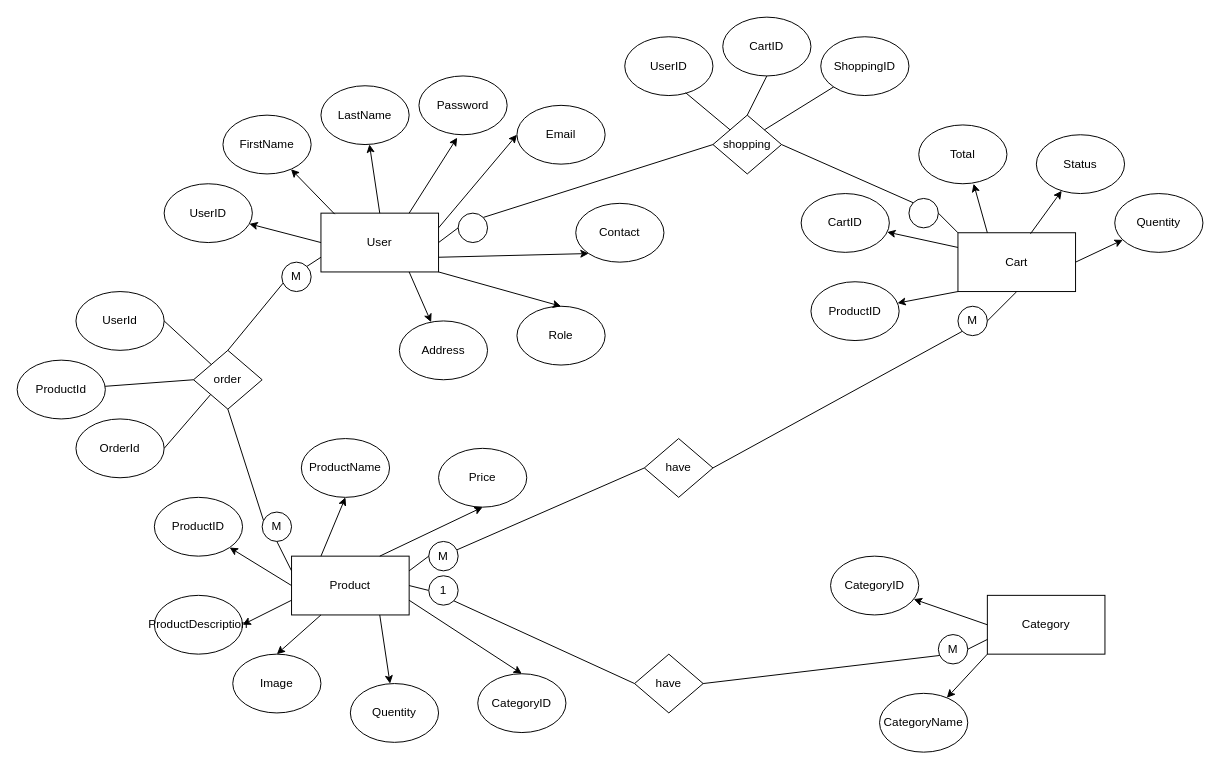
The draw.io diagram page "Page-2" (2 of 3) of Task01.drawio in buddikatdk/Task01, before the edit. Source tidied: cells renumbered, new cells numbered last; positions are measured from the earlier drawing's top-left corner, leaving out a move shared by most shapes. Both pictures are drawn from the tidied source at 98%, with x=0, y=0 at pixel (17, 17).
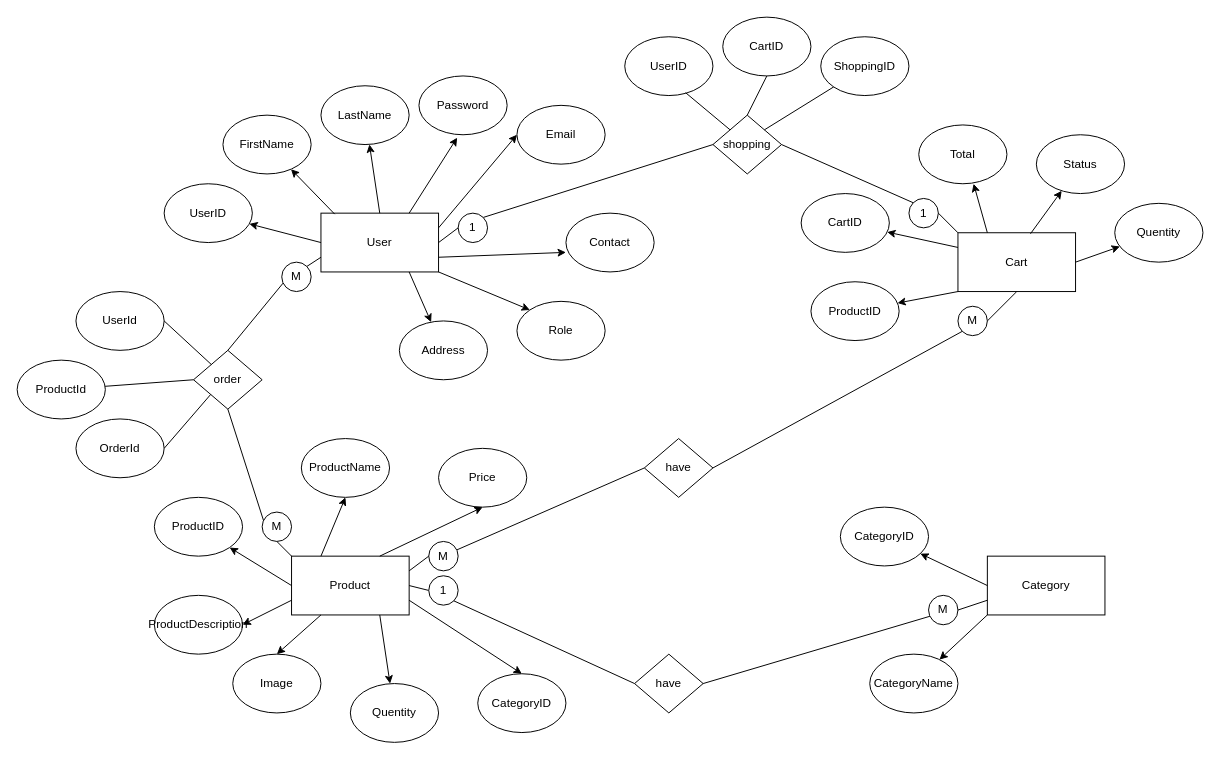
After the change.

The change refers to these unchanged cells:
```xml
<mxCell id="2" value="User" style="rounded=0;whiteSpace=wrap;html=1;" parent="1" vertex="1">
  <mxGeometry x="310" y="200" width="120" height="60" as="geometry" />
</mxCell>
<mxCell id="15" value="Product" style="rounded=0;whiteSpace=wrap;html=1;" parent="1" vertex="1">
  <mxGeometry x="280" y="550" width="120" height="60" as="geometry" />
</mxCell>
<mxCell id="65" value="M" style="ellipse;whiteSpace=wrap;html=1;" parent="1" vertex="1">
  <mxGeometry x="250" y="505" width="30" height="30" as="geometry" />
</mxCell>
```

Diff of the diagram source:
```diff
@@
     <mxCell id="7" value="Contact" style="ellipse;whiteSpace=wrap;html=1;" parent="1" vertex="1">
-      <mxGeometry x="570" y="190" width="90" height="60" as="geometry" />
+      <mxGeometry x="560" y="200" width="90" height="60" as="geometry" />
     </mxCell>
@@
-    <mxCell id="12" style="endArrow=classic;html=1;rounded=0;exitX=1;exitY=0.75;exitDx=0;exitDy=0;entryX=0;entryY=1;entryDx=0;entryDy=0;" parent="1" edge="1" source="2" target="7">
+    <mxCell id="12" style="endArrow=classic;html=1;rounded=0;exitX=1;exitY=0.75;exitDx=0;exitDy=0;entryX=0;entryY=0.667;entryDx=0;entryDy=0;entryPerimeter=0;" parent="1" edge="1" source="2" target="7">
       <mxGeometry relative="1" as="geometry" />
     </mxCell>
@@
     <mxCell id="30" value="Category" style="rounded=0;whiteSpace=wrap;html=1;" parent="1" vertex="1">
-      <mxGeometry x="990" y="590" width="120" height="60" as="geometry" />
+      <mxGeometry x="990" y="550" width="120" height="60" as="geometry" />
     </mxCell>
     <mxCell id="31" value="CategoryID" style="ellipse;whiteSpace=wrap;html=1;" parent="1" vertex="1">
-      <mxGeometry x="830" y="550" width="90" height="60" as="geometry" />
+      <mxGeometry x="840" y="500" width="90" height="60" as="geometry" />
     </mxCell>
@@
     <mxCell id="33" value="CategoryName" style="ellipse;whiteSpace=wrap;html=1;" parent="1" vertex="1">
-      <mxGeometry x="880" y="690" width="90" height="60" as="geometry" />
+      <mxGeometry x="870" y="650" width="90" height="60" as="geometry" />
     </mxCell>
@@
     <mxCell id="46" value="Role" style="ellipse;whiteSpace=wrap;html=1;" parent="1" vertex="1">
-      <mxGeometry x="510" y="295" width="90" height="60" as="geometry" />
+      <mxGeometry x="510" y="290" width="90" height="60" as="geometry" />
     </mxCell>
-    <mxCell id="47" style="endArrow=classic;html=1;rounded=0;exitX=1;exitY=1;exitDx=0;exitDy=0;entryX=0.5;entryY=0;entryDx=0;entryDy=0;" parent="1" edge="1" source="2" target="46">
+    <mxCell id="47" style="endArrow=classic;html=1;rounded=0;exitX=1;exitY=1;exitDx=0;exitDy=0;entryX=0;entryY=0;entryDx=0;entryDy=0;" parent="1" edge="1" source="2" target="46">
       <mxGeometry relative="1" as="geometry" />
     </mxCell>
     <mxCell id="48" value="Quentity" style="ellipse;whiteSpace=wrap;html=1;" parent="1" vertex="1">
-      <mxGeometry x="1120" y="180" width="90" height="60" as="geometry" />
+      <mxGeometry x="1120" y="190" width="90" height="60" as="geometry" />
     </mxCell>
@@
-    <mxCell id="52" style="endArrow=none;html=1;rounded=0;exitX=0.5;exitY=1;exitDx=0;exitDy=0;entryX=0;entryY=0.25;entryDx=0;entryDy=0;startArrow=none;" parent="1" edge="1" source="65" target="15">
+    <mxCell id="52" style="endArrow=none;html=1;rounded=0;exitX=0.5;exitY=1;exitDx=0;exitDy=0;entryX=0;entryY=0;entryDx=0;entryDy=0;startArrow=none;" parent="1" edge="1" source="65" target="15">
       <mxGeometry relative="1" as="geometry" />
     </mxCell>
@@
     <mxCell id="59" value="M" style="ellipse;whiteSpace=wrap;html=1;" parent="1" vertex="1">
-      <mxGeometry x="940" y="630" width="30" height="30" as="geometry" />
+      <mxGeometry x="930" y="590" width="30" height="30" as="geometry" />
     </mxCell>
@@
-    <mxCell id="86" style="ellipse;whiteSpace=wrap;html=1;" parent="1" vertex="1">
+    <mxCell id="86" value="1" style="ellipse;whiteSpace=wrap;html=1;" parent="1" vertex="1">
       <mxGeometry x="450" y="200" width="30" height="30" as="geometry" />
     </mxCell>
@@
-    <mxCell id="88" style="ellipse;whiteSpace=wrap;html=1;" parent="1" vertex="1">
+    <mxCell id="88" value="1" style="ellipse;whiteSpace=wrap;html=1;" parent="1" vertex="1">
       <mxGeometry x="910" y="185" width="30" height="30" as="geometry" />
     </mxCell>
```
